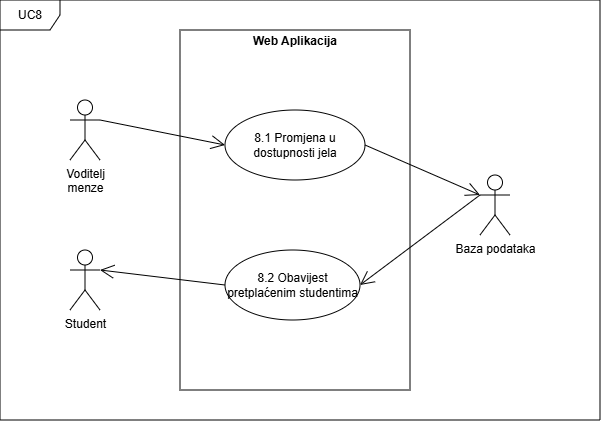
Earlier version of the draw.io export docs/imgs/UC8.png (lukaznj/dish-detective). Source tidied: cells renumbered, new cells last; positions are measured from the earlier drawing's top-left corner, leaving out a move shared by most shapes. The source it was exported from:
```xml
<mxGraphModel background="#ffffff">
  <root>
    <mxCell id="0" />
    <mxCell id="1" parent="0" />
    <mxCell id="2" value="Voditelj&lt;div&gt;menze&lt;/div&gt;" style="shape=umlActor;verticalLabelPosition=bottom;verticalAlign=top;html=1;" parent="1" vertex="1">
      <mxGeometry x="70" y="100" width="30" height="60" as="geometry" />
    </mxCell>
    <mxCell id="3" value="&lt;p style=&quot;margin:0px;margin-top:4px;text-align:center;&quot;&gt;&lt;b&gt;Web Aplikacija&lt;/b&gt;&lt;/p&gt;" style="verticalAlign=top;align=left;overflow=fill;html=1;whiteSpace=wrap;" parent="1" vertex="1">
      <mxGeometry x="180" y="30" width="230" height="360" as="geometry" />
    </mxCell>
    <mxCell id="4" value="Baza podataka" style="shape=umlActor;verticalLabelPosition=bottom;verticalAlign=top;html=1;" parent="1" vertex="1">
      <mxGeometry x="480" y="175" width="30" height="60" as="geometry" />
    </mxCell>
    <mxCell id="5" value="8.1 Promjena u&lt;div&gt;dostupnosti jela&lt;/div&gt;" style="ellipse;whiteSpace=wrap;html=1;" parent="1" vertex="1">
      <mxGeometry x="225" y="110" width="140" height="70" as="geometry" />
    </mxCell>
    <mxCell id="6" value="8.2 Obavijest&lt;div&gt;pretplaćenim studentima&lt;/div&gt;" style="ellipse;whiteSpace=wrap;html=1;" parent="1" vertex="1">
      <mxGeometry x="225" y="250" width="135" height="70" as="geometry" />
    </mxCell>
    <mxCell id="7" value="UC8" style="shape=umlFrame;whiteSpace=wrap;html=1;" parent="1" vertex="1">
      <mxGeometry width="600" height="420" as="geometry" />
    </mxCell>
    <mxCell id="8" value="Student" style="shape=umlActor;verticalLabelPosition=bottom;verticalAlign=top;html=1;" parent="1" vertex="1">
      <mxGeometry x="70" y="250" width="30" height="60" as="geometry" />
    </mxCell>
    <mxCell id="9" style="endArrow=open;endFill=1;endSize=12;html=1;rounded=0;exitX=1;exitY=0.3333333333333333;exitDx=0;exitDy=0;exitPerimeter=0;entryX=0;entryY=0.5;entryDx=0;entryDy=0;" parent="1" edge="1" source="2" target="5">
      <mxGeometry relative="1" as="geometry" />
    </mxCell>
    <mxCell id="10" style="endArrow=open;endFill=1;endSize=12;html=1;rounded=0;exitX=1;exitY=0.5;exitDx=0;exitDy=0;entryX=0;entryY=0.3333333333333333;entryDx=0;entryDy=0;entryPerimeter=0;" parent="1" edge="1" source="5" target="4">
      <mxGeometry relative="1" as="geometry" />
    </mxCell>
    <mxCell id="11" style="endArrow=open;endFill=1;endSize=12;html=1;rounded=0;exitX=0;exitY=0.3333333333333333;exitDx=0;exitDy=0;exitPerimeter=0;entryX=1;entryY=0.5;entryDx=0;entryDy=0;" parent="1" edge="1" source="4" target="6">
      <mxGeometry relative="1" as="geometry" />
    </mxCell>
    <mxCell id="12" style="endArrow=open;endFill=1;endSize=12;html=1;rounded=0;exitX=0;exitY=0.5;exitDx=0;exitDy=0;entryX=1;entryY=0.3333333333333333;entryDx=0;entryDy=0;entryPerimeter=0;" parent="1" edge="1" source="6" target="8">
      <mxGeometry relative="1" as="geometry" />
    </mxCell>
  </root>
</mxGraphModel>
```
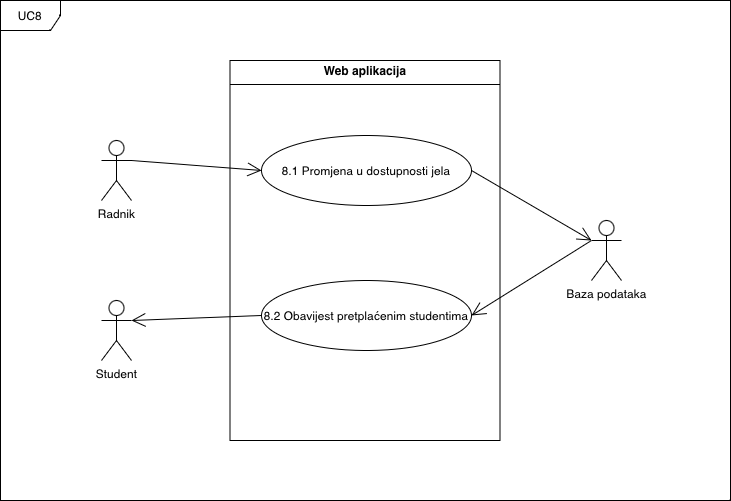
Later version of the same file.

Commit message:
Fixed some UML diagrams

Diff of the diagram source:
```diff
@@ -1,38 +1,45 @@
-<mxGraphModel background="#ffffff">
+<mxGraphModel background="#FFFFFF">
   <root>
     <mxCell id="0" />
     <mxCell id="1" parent="0" />
-    <mxCell id="2" value="Voditelj&lt;div&gt;menze&lt;/div&gt;" style="shape=umlActor;verticalLabelPosition=bottom;verticalAlign=top;html=1;" parent="1" vertex="1">
-      <mxGeometry x="70" y="100" width="30" height="60" as="geometry" />
-    </mxCell>
-    <mxCell id="3" value="&lt;p style=&quot;margin:0px;margin-top:4px;text-align:center;&quot;&gt;&lt;b&gt;Web Aplikacija&lt;/b&gt;&lt;/p&gt;" style="verticalAlign=top;align=left;overflow=fill;html=1;whiteSpace=wrap;" parent="1" vertex="1">
-      <mxGeometry x="180" y="30" width="230" height="360" as="geometry" />
-    </mxCell>
+    <mxCell id="7" value="UC8" style="shape=umlFrame;whiteSpace=wrap;html=1;" parent="1" vertex="1">
+      <mxGeometry x="-31" y="-300" width="730" height="500" as="geometry" />
+    </mxCell>
+    <mxCell id="13" value="&lt;p style=&quot;margin:0px;margin-top:4px;text-align:center;&quot;&gt;&lt;b&gt;Web aplikacija&lt;/b&gt;&lt;/p&gt;&lt;hr size=&quot;1&quot; style=&quot;border-style:solid;&quot;&gt;&lt;div style=&quot;height:2px;&quot;&gt;&lt;/div&gt;" style="verticalAlign=top;align=left;overflow=fill;html=1;whiteSpace=wrap;" parent="1" vertex="1">
+      <mxGeometry x="198.5" y="-240" width="270" height="380" as="geometry" />
+    </mxCell>
     <mxCell id="4" value="Baza podataka" style="shape=umlActor;verticalLabelPosition=bottom;verticalAlign=top;html=1;" parent="1" vertex="1">
-      <mxGeometry x="480" y="175" width="30" height="60" as="geometry" />
+      <mxGeometry x="560" y="-80" width="30" height="60" as="geometry" />
     </mxCell>
+    <mxCell id="14" value="Radnik" style="shape=umlActor;verticalLabelPosition=bottom;verticalAlign=top;html=1;" parent="1" vertex="1">
+      <mxGeometry x="70" y="-160" width="30" height="60" as="geometry" />
+    </mxCell>
+    <mxCell id="10" style="endArrow=open;endFill=1;endSize=12;html=1;rounded=0;fontSize=12;curved=1;entryX=0;entryY=0.3333333333333333;entryDx=0;entryDy=0;entryPerimeter=0;exitX=1;exitY=0.5;exitDx=0;exitDy=0;" parent="1" edge="1" source="5" target="4">
+      <mxGeometry relative="1" as="geometry" />
+    </mxCell>
+    <mxCell id="15" style="endArrow=open;endFill=1;endSize=12;html=1;rounded=0;fontSize=12;curved=1;entryX=0;entryY=0.5;entryDx=0;entryDy=0;exitX=1;exitY=0.3333333333333333;exitDx=0;exitDy=0;exitPerimeter=0;" parent="1" edge="1" source="14" target="5">
+      <mxGeometry relative="1" as="geometry" />
+    </mxCell>
-    <mxCell id="5" value="8.1 Promjena u&lt;div&gt;dostupnosti jela&lt;/div&gt;" style="ellipse;whiteSpace=wrap;html=1;" parent="1" vertex="1">
-      <mxGeometry x="225" y="110" width="140" height="70" as="geometry" />
+    <mxCell id="5" value="8.1 Promjena u dostupnosti jela" style="ellipse;whiteSpace=wrap;html=1;" parent="1" vertex="1">
+      <mxGeometry x="230" y="-165" width="210" height="70" as="geometry" />
     </mxCell>
-    <mxCell id="6" value="8.2 Obavijest&lt;div&gt;pretplaćenim studentima&lt;/div&gt;" style="ellipse;whiteSpace=wrap;html=1;" parent="1" vertex="1">
-      <mxGeometry x="225" y="250" width="135" height="70" as="geometry" />
+    <mxCell id="6" value="8.2 Obavijest pretplaćenim studentima" style="ellipse;whiteSpace=wrap;html=1;" parent="1" vertex="1">
+      <mxGeometry x="230" y="-20" width="210" height="70" as="geometry" />
     </mxCell>
-    <mxCell id="7" value="UC8" style="shape=umlFrame;whiteSpace=wrap;html=1;" parent="1" vertex="1">
-      <mxGeometry width="600" height="420" as="geometry" />
-    </mxCell>
+    <mxCell id="16" style="endArrow=open;endFill=1;endSize=12;html=1;rounded=0;fontSize=12;curved=1;entryX=1;entryY=0.5;entryDx=0;entryDy=0;" parent="1" edge="1" target="6">
+      <mxGeometry relative="1" as="geometry">
+        <mxPoint x="560" y="-60" as="sourcePoint" />
+      </mxGeometry>
+    </mxCell>
+    <mxCell id="17" style="endArrow=open;endFill=1;endSize=12;html=1;rounded=0;fontSize=12;curved=1;" parent="1" edge="1" target="8">
+      <mxGeometry relative="1" as="geometry">
+        <mxPoint x="70" y="20" as="sourcePoint" />
+      </mxGeometry>
+    </mxCell>
     <mxCell id="8" value="Student" style="shape=umlActor;verticalLabelPosition=bottom;verticalAlign=top;html=1;" parent="1" vertex="1">
-      <mxGeometry x="70" y="250" width="30" height="60" as="geometry" />
+      <mxGeometry x="70" width="30" height="60" as="geometry" />
     </mxCell>
-    <mxCell id="9" style="endArrow=open;endFill=1;endSize=12;html=1;rounded=0;exitX=1;exitY=0.3333333333333333;exitDx=0;exitDy=0;exitPerimeter=0;entryX=0;entryY=0.5;entryDx=0;entryDy=0;" parent="1" edge="1" source="2" target="5">
-      <mxGeometry relative="1" as="geometry" />
-    </mxCell>
-    <mxCell id="10" style="endArrow=open;endFill=1;endSize=12;html=1;rounded=0;exitX=1;exitY=0.5;exitDx=0;exitDy=0;entryX=0;entryY=0.3333333333333333;entryDx=0;entryDy=0;entryPerimeter=0;" parent="1" edge="1" source="5" target="4">
-      <mxGeometry relative="1" as="geometry" />
-    </mxCell>
-    <mxCell id="11" style="endArrow=open;endFill=1;endSize=12;html=1;rounded=0;exitX=0;exitY=0.3333333333333333;exitDx=0;exitDy=0;exitPerimeter=0;entryX=1;entryY=0.5;entryDx=0;entryDy=0;" parent="1" edge="1" source="4" target="6">
-      <mxGeometry relative="1" as="geometry" />
-    </mxCell>
-    <mxCell id="12" style="endArrow=open;endFill=1;endSize=12;html=1;rounded=0;exitX=0;exitY=0.5;exitDx=0;exitDy=0;entryX=1;entryY=0.3333333333333333;entryDx=0;entryDy=0;entryPerimeter=0;" parent="1" edge="1" source="6" target="8">
+    <mxCell id="12" style="endArrow=open;endFill=1;endSize=12;html=1;rounded=0;fontSize=12;curved=1;entryX=1;entryY=0.3333333333333333;entryDx=0;entryDy=0;entryPerimeter=0;exitX=0;exitY=0.5;exitDx=0;exitDy=0;" parent="1" edge="1" source="6" target="8">
       <mxGeometry relative="1" as="geometry" />
     </mxCell>
   </root>
```
